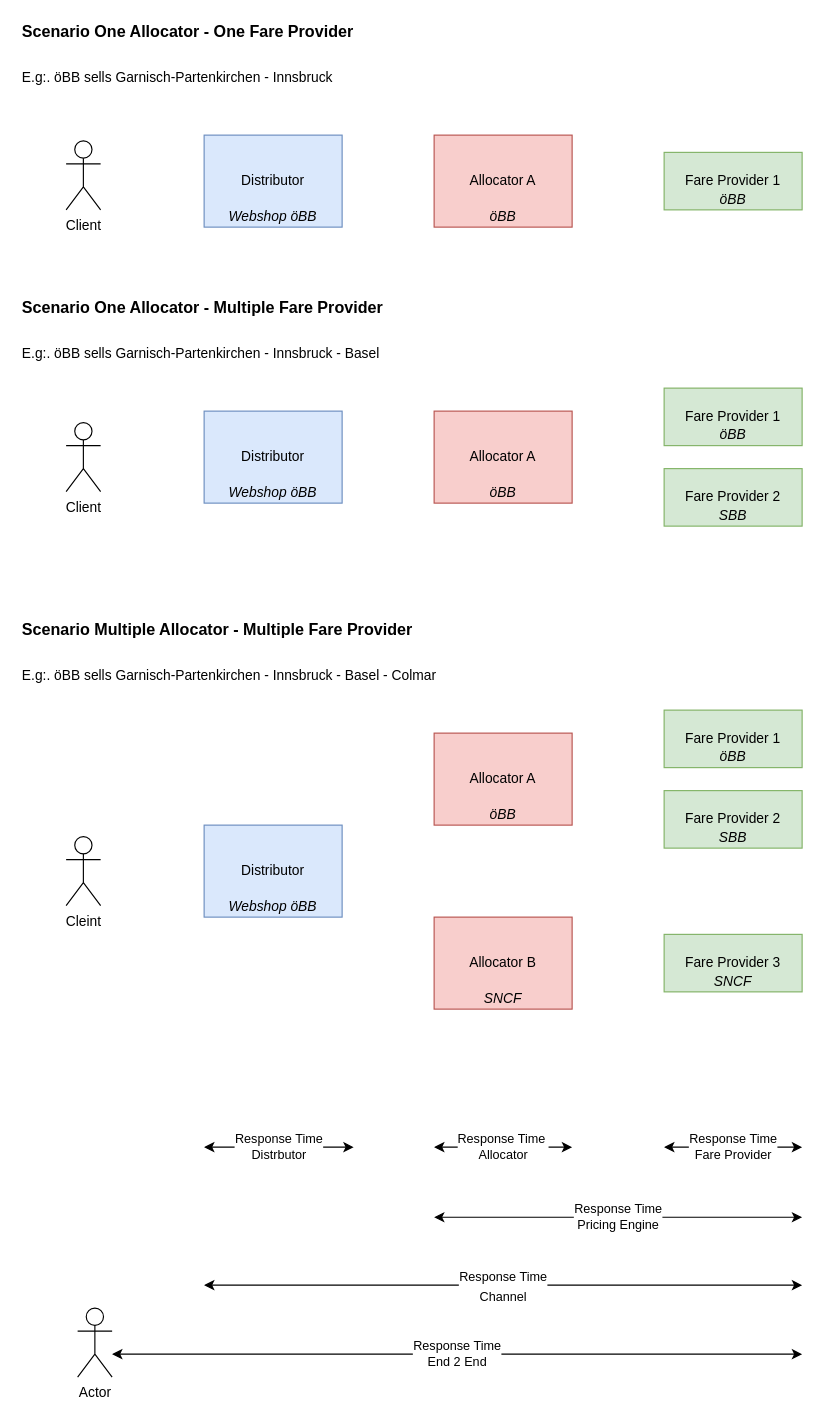
Earlier version of the draw.io diagram images/non-functional-requirements/responseTimes.drawio (UnionInternationalCheminsdeFer/OSDM). Source tidied: cells renumbered, new cells numbered last; positions are measured from the earlier drawing's top-left corner, leaving out a move shared by most shapes. Both pictures are drawn from the tidied source at 115%, with x=0, y=0 at pixel (20, 20).
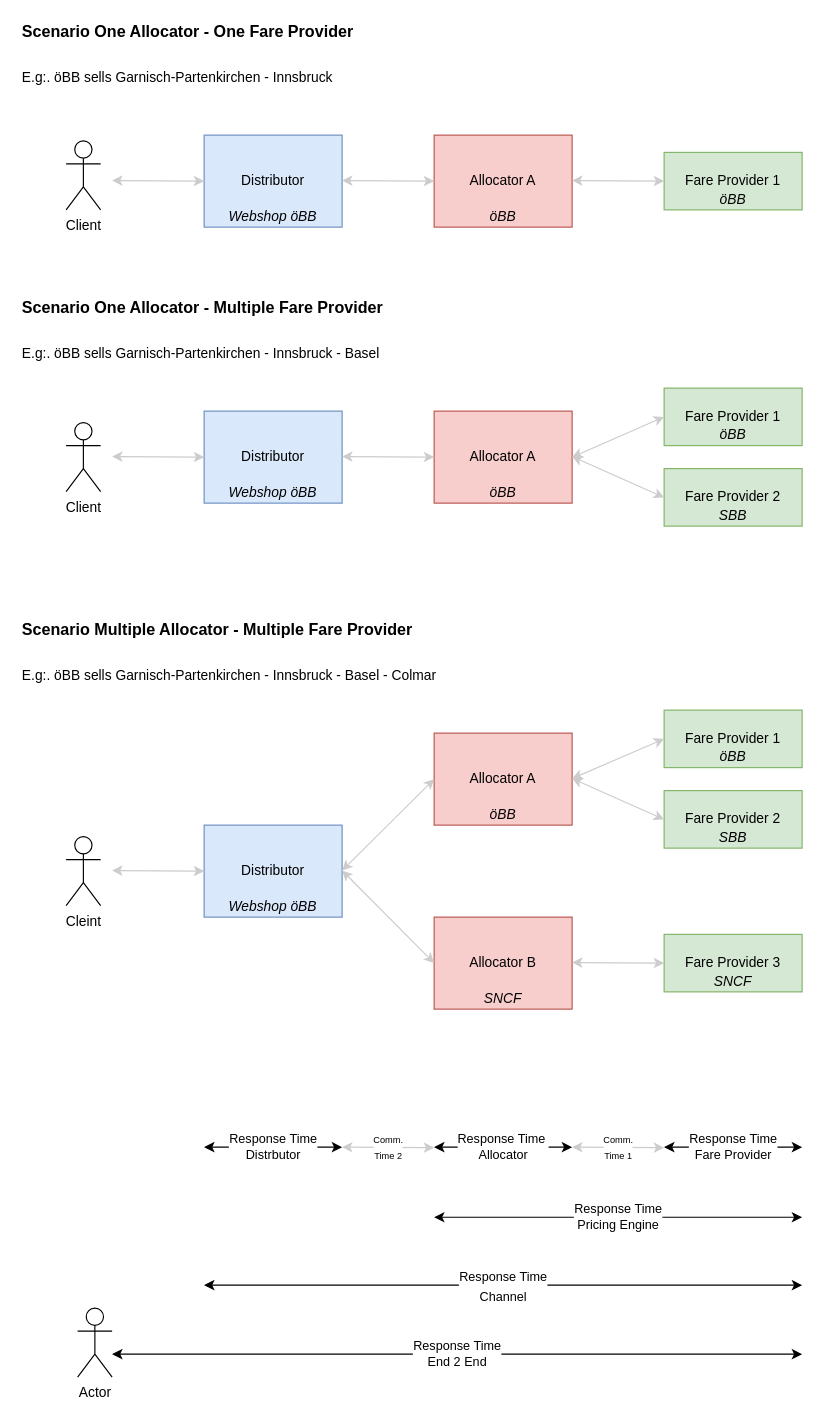
The same diagram, later.

Commit message (it also covers changes not shown here):
add commuication times to figure

The change refers to these unchanged cells:
```xml
<mxCell id="4" value="Allocator A" style="rounded=0;whiteSpace=wrap;html=1;fillColor=#f8cecc;strokeColor=#b85450;" parent="1" vertex="1">
  <mxGeometry x="360" y="100" width="120" height="80" as="geometry" />
</mxCell>
<mxCell id="9" value="Fare Provider 2" style="rounded=0;whiteSpace=wrap;html=1;strokeColor=#82b366;fillColor=#d5e8d4;" parent="1" vertex="1">
  <mxGeometry x="560" y="390" width="120" height="50" as="geometry" />
</mxCell>
<mxCell id="12" value="Allocator A" style="rounded=0;whiteSpace=wrap;html=1;strokeColor=#b85450;fillColor=#f8cecc;" parent="1" vertex="1">
  <mxGeometry x="360" y="620" width="120" height="80" as="geometry" />
</mxCell>
<mxCell id="13" value="&lt;font&gt;Fare Provider 1&lt;/font&gt;" style="rounded=0;whiteSpace=wrap;html=1;strokeColor=#82b366;fillColor=#d5e8d4;" parent="1" vertex="1">
  <mxGeometry x="560" y="600" width="120" height="50" as="geometry" />
</mxCell>
<mxCell id="14" value="Fare Provider 2" style="rounded=0;whiteSpace=wrap;html=1;strokeColor=#82b366;fillColor=#d5e8d4;" parent="1" vertex="1">
  <mxGeometry x="560" y="670" width="120" height="50" as="geometry" />
</mxCell>
<mxCell id="15" value="Allocator B" style="rounded=0;whiteSpace=wrap;html=1;strokeColor=#b85450;fillColor=#f8cecc;" parent="1" vertex="1">
  <mxGeometry x="360" y="780" width="120" height="80" as="geometry" />
</mxCell>
<mxCell id="17" value="&lt;font&gt;Fare Provider 1&lt;/font&gt;" style="rounded=0;whiteSpace=wrap;html=1;fillColor=#d5e8d4;strokeColor=#82b366;" parent="1" vertex="1">
  <mxGeometry x="560" y="320" width="120" height="50" as="geometry" />
</mxCell>
```

What changed in the source:
```diff
@@
     <mxCell id="20" value="Response Time&lt;br&gt;Distrbutor" style="endArrow=classic;startArrow=classic;html=1;" parent="1" edge="1">
       <mxGeometry relative="1" as="geometry">
         <mxPoint x="160" y="980" as="sourcePoint" />
-        <mxPoint x="290" y="980" as="targetPoint" />
+        <mxPoint x="280" y="980" as="targetPoint" />
       </mxGeometry>
     </mxCell>
@@
+    <mxCell id="44" style="endArrow=classic;startArrow=classic;html=1;strokeColor=#CCCCCC;entryX=0;entryY=0.5;entryDx=0;entryDy=0;" parent="1" edge="1" target="4">
+      <mxGeometry relative="1" as="geometry">
+        <mxPoint x="280" y="139.5" as="sourcePoint" />
+      </mxGeometry>
+    </mxCell>
+    <mxCell id="45" style="endArrow=classic;startArrow=classic;html=1;strokeColor=#CCCCCC;entryX=0;entryY=0.5;entryDx=0;entryDy=0;" parent="1" edge="1">
+      <mxGeometry relative="1" as="geometry">
+        <mxPoint x="280" y="379.5" as="sourcePoint" />
+        <mxPoint x="360" y="380" as="targetPoint" />
+      </mxGeometry>
+    </mxCell>
+    <mxCell id="46" style="endArrow=classic;startArrow=classic;html=1;strokeColor=#CCCCCC;entryX=0;entryY=0.5;entryDx=0;entryDy=0;" parent="1" edge="1">
+      <mxGeometry relative="1" as="geometry">
+        <mxPoint x="480" y="139.5" as="sourcePoint" />
+        <mxPoint x="560" y="140" as="targetPoint" />
+      </mxGeometry>
+    </mxCell>
+    <mxCell id="47" style="endArrow=classic;startArrow=classic;html=1;strokeColor=#CCCCCC;entryX=0;entryY=0.5;entryDx=0;entryDy=0;" parent="1" edge="1" target="17">
+      <mxGeometry relative="1" as="geometry">
+        <mxPoint x="480" y="380" as="sourcePoint" />
+      </mxGeometry>
+    </mxCell>
+    <mxCell id="48" style="endArrow=classic;startArrow=classic;html=1;strokeColor=#CCCCCC;entryX=0;entryY=0.5;entryDx=0;entryDy=0;" parent="1" edge="1" target="9">
+      <mxGeometry relative="1" as="geometry">
+        <mxPoint x="480" y="379.5" as="sourcePoint" />
+      </mxGeometry>
+    </mxCell>
+    <mxCell id="49" style="endArrow=classic;startArrow=classic;html=1;strokeColor=#CCCCCC;entryX=0;entryY=0.5;entryDx=0;entryDy=0;" parent="1" edge="1" target="12">
+      <mxGeometry relative="1" as="geometry">
+        <mxPoint x="280" y="739.5" as="sourcePoint" />
+      </mxGeometry>
+    </mxCell>
+    <mxCell id="50" style="endArrow=classic;startArrow=classic;html=1;strokeColor=#CCCCCC;entryX=0;entryY=0.5;entryDx=0;entryDy=0;" parent="1" edge="1" target="13">
+      <mxGeometry relative="1" as="geometry">
+        <mxPoint x="480" y="659.5" as="sourcePoint" />
+      </mxGeometry>
+    </mxCell>
+    <mxCell id="51" style="endArrow=classic;startArrow=classic;html=1;strokeColor=#CCCCCC;entryX=0;entryY=0.5;entryDx=0;entryDy=0;" parent="1" edge="1" target="15">
+      <mxGeometry relative="1" as="geometry">
+        <mxPoint x="280" y="739.5" as="sourcePoint" />
+      </mxGeometry>
+    </mxCell>
+    <mxCell id="52" style="endArrow=classic;startArrow=classic;html=1;strokeColor=#CCCCCC;entryX=0;entryY=0.5;entryDx=0;entryDy=0;" parent="1" edge="1" target="14">
+      <mxGeometry relative="1" as="geometry">
+        <mxPoint x="480" y="659.5" as="sourcePoint" />
+      </mxGeometry>
+    </mxCell>
+    <mxCell id="53" style="endArrow=classic;startArrow=classic;html=1;strokeColor=#CCCCCC;entryX=0;entryY=0.5;entryDx=0;entryDy=0;" parent="1" edge="1">
+      <mxGeometry relative="1" as="geometry">
+        <mxPoint x="80" y="139.5" as="sourcePoint" />
+        <mxPoint x="160" y="140" as="targetPoint" />
+      </mxGeometry>
+    </mxCell>
+    <mxCell id="54" style="endArrow=classic;startArrow=classic;html=1;strokeColor=#CCCCCC;entryX=0;entryY=0.5;entryDx=0;entryDy=0;" parent="1" edge="1">
+      <mxGeometry relative="1" as="geometry">
+        <mxPoint x="80" y="379.5" as="sourcePoint" />
+        <mxPoint x="160" y="380" as="targetPoint" />
+      </mxGeometry>
+    </mxCell>
+    <mxCell id="55" style="endArrow=classic;startArrow=classic;html=1;strokeColor=#CCCCCC;entryX=0;entryY=0.5;entryDx=0;entryDy=0;" parent="1" edge="1">
+      <mxGeometry relative="1" as="geometry">
+        <mxPoint x="80" y="739.5" as="sourcePoint" />
+        <mxPoint x="160" y="740" as="targetPoint" />
+      </mxGeometry>
+    </mxCell>
+    <mxCell id="56" style="endArrow=classic;startArrow=classic;html=1;strokeColor=#CCCCCC;entryX=0;entryY=0.5;entryDx=0;entryDy=0;" parent="1" edge="1">
+      <mxGeometry relative="1" as="geometry">
+        <mxPoint x="480" y="819.5" as="sourcePoint" />
+        <mxPoint x="560" y="820" as="targetPoint" />
+      </mxGeometry>
+    </mxCell>
+    <mxCell id="57" value="&lt;font style=&quot;font-size: 8px&quot;&gt;Comm. &lt;br&gt;Time 1&lt;/font&gt;" style="endArrow=classic;startArrow=classic;html=1;strokeColor=#CCCCCC;entryX=0;entryY=0.5;entryDx=0;entryDy=0;" parent="1" edge="1">
+      <mxGeometry relative="1" as="geometry">
+        <mxPoint x="480" y="980" as="sourcePoint" />
+        <mxPoint x="560" y="980.5" as="targetPoint" />
+      </mxGeometry>
+    </mxCell>
+    <mxCell id="58" value="&lt;font style=&quot;font-size: 8px&quot;&gt;Comm.&lt;br&gt;Time 2&lt;/font&gt;" style="endArrow=classic;startArrow=classic;html=1;strokeColor=#CCCCCC;entryX=0;entryY=0.5;entryDx=0;entryDy=0;" parent="1" edge="1">
+      <mxGeometry relative="1" as="geometry">
+        <mxPoint x="280" y="980" as="sourcePoint" />
+        <mxPoint x="360" y="980.5" as="targetPoint" />
+      </mxGeometry>
+    </mxCell>
```
